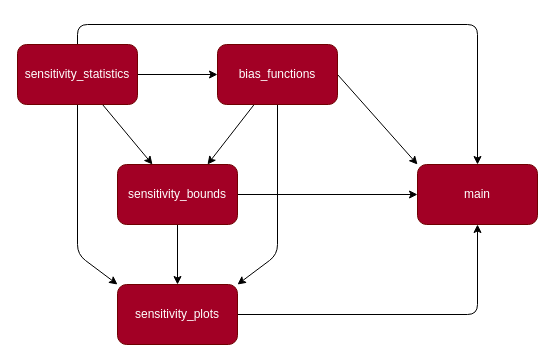
Above: map.drawio in d2cml-ai/JlSensemakr.jl (draw.io), before the change. Source tidied: cells renumbered, new cells numbered last; positions are measured from the earlier drawing's top-left corner, leaving out a move shared by most shapes. Both pictures are drawn from the tidied source at 100%, with x=0, y=0 at pixel (17, 24).
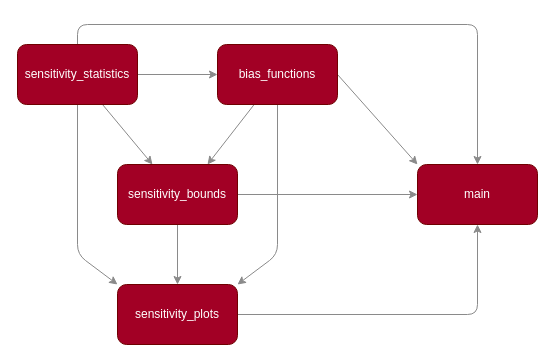
Above is the later version.

Commit message:
map vis change

Unchanged cells that the change refers to:
```xml
<mxCell id="6" value="sensitivity_statistics" style="rounded=1;whiteSpace=wrap;html=1;fillColor=#a20025;fontColor=#ffffff;strokeColor=#6F0000;" parent="1" vertex="1">
  <mxGeometry y="20" width="120" height="60" as="geometry" />
</mxCell>
<mxCell id="10" value="bias_functions" style="rounded=1;whiteSpace=wrap;html=1;fillColor=#a20025;fontColor=#ffffff;strokeColor=#6F0000;" parent="1" vertex="1">
  <mxGeometry x="200" y="20" width="120" height="60" as="geometry" />
</mxCell>
<mxCell id="13" value="sensitivity_bounds" style="rounded=1;whiteSpace=wrap;html=1;fillColor=#a20025;fontColor=#ffffff;strokeColor=#6F0000;" parent="1" vertex="1">
  <mxGeometry x="100" y="140" width="120" height="60" as="geometry" />
</mxCell>
<mxCell id="15" value="sensitivity_plots" style="rounded=1;whiteSpace=wrap;html=1;fillColor=#a20025;fontColor=#ffffff;strokeColor=#6F0000;" parent="1" vertex="1">
  <mxGeometry x="100" y="260" width="120" height="60" as="geometry" />
</mxCell>
<mxCell id="16" value="main" style="rounded=1;whiteSpace=wrap;html=1;fillColor=#a20025;fontColor=#ffffff;strokeColor=#6F0000;" parent="1" vertex="1">
  <mxGeometry x="400" y="140" width="120" height="60" as="geometry" />
</mxCell>
```

Change to the diagram source:
```diff
@@
-    <mxCell id="2" style="edgeStyle=none;html=1;entryX=0;entryY=0.5;entryDx=0;entryDy=0;" parent="1" edge="1" source="6" target="10">
+    <mxCell id="2" style="edgeStyle=none;html=1;entryX=0;entryY=0.5;entryDx=0;entryDy=0;strokeColor=#8A8A8A;" parent="1" edge="1" source="6" target="10">
       <mxGeometry relative="1" as="geometry" />
     </mxCell>
-    <mxCell id="3" style="edgeStyle=none;html=1;" parent="1" edge="1" source="6" target="13">
+    <mxCell id="3" style="edgeStyle=none;html=1;strokeColor=#8A8A8A;" parent="1" edge="1" source="6" target="13">
       <mxGeometry relative="1" as="geometry" />
     </mxCell>
-    <mxCell id="4" style="edgeStyle=none;html=1;" parent="1" edge="1" source="6">
+    <mxCell id="4" style="edgeStyle=none;html=1;strokeColor=#8A8A8A;" parent="1" edge="1" source="6">
       <mxGeometry relative="1" as="geometry">
         <mxPoint x="460" y="140" as="targetPoint" />
         <Array as="points">
           <mxPoint x="60" />
           <mxPoint x="460" />
         </Array>
       </mxGeometry>
     </mxCell>
-    <mxCell id="5" style="edgeStyle=none;html=1;entryX=0;entryY=0;entryDx=0;entryDy=0;" parent="1" edge="1" source="6" target="15">
+    <mxCell id="5" style="edgeStyle=none;html=1;entryX=0;entryY=0;entryDx=0;entryDy=0;strokeColor=#8A8A8A;" parent="1" edge="1" source="6" target="15">
       <mxGeometry relative="1" as="geometry">
         <Array as="points">
           <mxPoint x="60" y="230" />
         </Array>
       </mxGeometry>
     </mxCell>
@@
-    <mxCell id="7" style="edgeStyle=none;html=1;entryX=0.75;entryY=0;entryDx=0;entryDy=0;" parent="1" edge="1" source="10" target="13">
+    <mxCell id="7" style="edgeStyle=none;html=1;entryX=0.75;entryY=0;entryDx=0;entryDy=0;strokeColor=#8A8A8A;" parent="1" edge="1" source="10" target="13">
       <mxGeometry relative="1" as="geometry" />
     </mxCell>
-    <mxCell id="8" style="edgeStyle=none;html=1;exitX=1;exitY=0.5;exitDx=0;exitDy=0;entryX=0;entryY=0;entryDx=0;entryDy=0;" parent="1" edge="1" source="10" target="16">
+    <mxCell id="8" style="edgeStyle=none;html=1;exitX=1;exitY=0.5;exitDx=0;exitDy=0;entryX=0;entryY=0;entryDx=0;entryDy=0;sketch=0;shadow=0;strokeColor=#8A8A8A;" parent="1" edge="1" source="10" target="16">
       <mxGeometry relative="1" as="geometry" />
     </mxCell>
-    <mxCell id="9" style="edgeStyle=none;html=1;entryX=1;entryY=0;entryDx=0;entryDy=0;" parent="1" edge="1" source="10" target="15">
+    <mxCell id="9" style="edgeStyle=none;html=1;entryX=1;entryY=0;entryDx=0;entryDy=0;strokeColor=#8A8A8A;" parent="1" edge="1" source="10" target="15">
       <mxGeometry relative="1" as="geometry">
         <Array as="points">
           <mxPoint x="260" y="230" />
         </Array>
       </mxGeometry>
     </mxCell>
@@
-    <mxCell id="11" style="edgeStyle=none;html=1;entryX=0.5;entryY=0;entryDx=0;entryDy=0;" parent="1" edge="1" source="13" target="15">
+    <mxCell id="11" style="edgeStyle=none;html=1;entryX=0.5;entryY=0;entryDx=0;entryDy=0;strokeColor=#8A8A8A;" parent="1" edge="1" source="13" target="15">
       <mxGeometry relative="1" as="geometry" />
     </mxCell>
-    <mxCell id="12" style="edgeStyle=none;html=1;entryX=0;entryY=0.5;entryDx=0;entryDy=0;" parent="1" edge="1" source="13" target="16">
+    <mxCell id="12" style="edgeStyle=none;html=1;entryX=0;entryY=0.5;entryDx=0;entryDy=0;strokeColor=#8A8A8A;" parent="1" edge="1" source="13" target="16">
       <mxGeometry relative="1" as="geometry" />
     </mxCell>
@@
-    <mxCell id="14" style="edgeStyle=none;html=1;entryX=0.5;entryY=1;entryDx=0;entryDy=0;" parent="1" edge="1" source="15" target="16">
+    <mxCell id="14" style="edgeStyle=none;html=1;entryX=0.5;entryY=1;entryDx=0;entryDy=0;strokeColor=#8A8A8A;" parent="1" edge="1" source="15" target="16">
       <mxGeometry relative="1" as="geometry">
         <Array as="points">
           <mxPoint x="460" y="290" />
         </Array>
       </mxGeometry>
     </mxCell>
```
